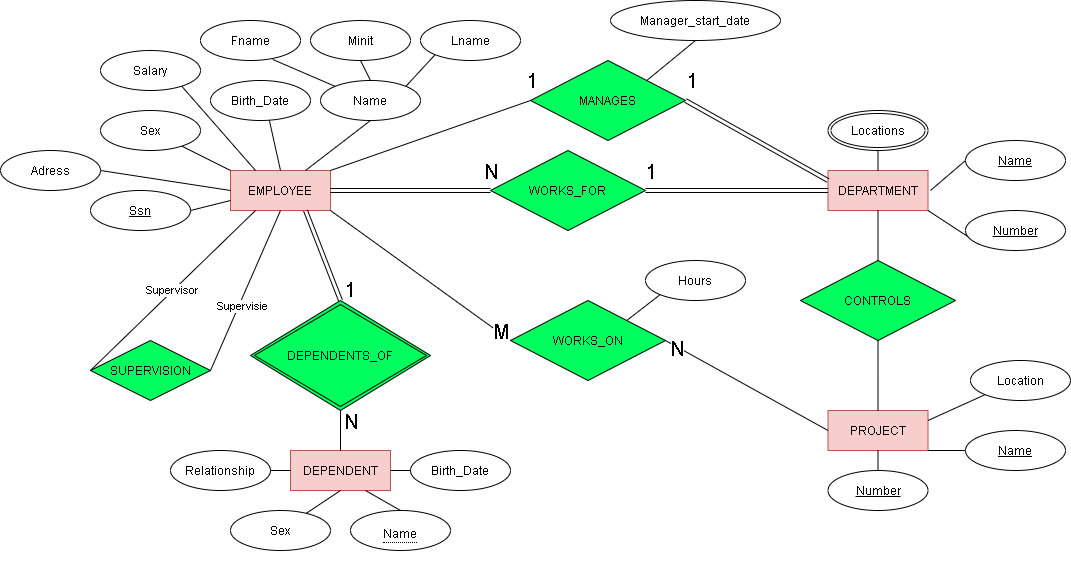
This is Company ER.png from Ugur0855/Company_ER_Diagram, a draw.io export, as it was before one commit. Source tidied: cells renumbered, new cells last; positions are measured from the earlier drawing's top-left corner, leaving out a move shared by most shapes.
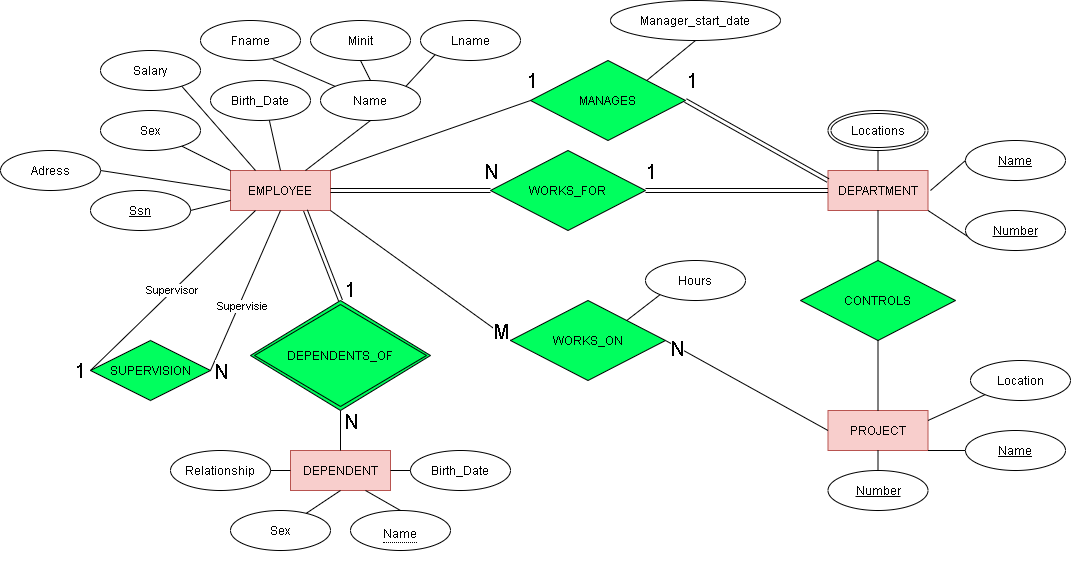
After the change.

What changed in the source:
```diff
@@ -211,12 +211,22 @@
     <mxCell id="66" value="Supervisor" style="endArrow=none;html=1;rounded=0;exitX=0.25;exitY=1;exitDx=0;exitDy=0;entryX=0;entryY=0.5;entryDx=0;entryDy=0;" parent="1" edge="1" source="2" target="65">
       <mxGeometry relative="1" as="geometry" />
     </mxCell>
+    <mxCell id="77" value="1" style="edgeLabel;html=1;align=center;verticalAlign=middle;fontSize=20;" parent="66" vertex="1">
+      <mxGeometry x="0.74" relative="1" as="geometry">
+        <mxPoint x="-31.4" y="20.8" as="offset" />
+      </mxGeometry>
+    </mxCell>
     <mxCell id="67" style="endArrow=none;html=1;rounded=0;exitX=0.5;exitY=1;exitDx=0;exitDy=0;entryX=1;entryY=0.5;entryDx=0;entryDy=0;" parent="1" edge="1" source="2" target="65">
       <mxGeometry relative="1" as="geometry" />
     </mxCell>
     <mxCell id="68" value="Supervisie" style="edgeLabel;html=1;align=center;verticalAlign=middle;" parent="67" vertex="1">
       <mxGeometry x="0.18" y="3" relative="1" as="geometry" />
     </mxCell>
+    <mxCell id="78" value="N" style="edgeLabel;html=1;align=center;verticalAlign=middle;fontSize=20;" parent="67" vertex="1">
+      <mxGeometry x="0.79" relative="1" as="geometry">
+        <mxPoint x="2.5" y="17.1" as="offset" />
+      </mxGeometry>
+    </mxCell>
     <mxCell id="69" value="DEPENDENTS_OF" style="shape=rhombus;double=1;perimeter=rhombusPerimeter;whiteSpace=wrap;html=1;align=center;rounded=0;shadow=0;sketch=0;fillColor=#00FF5E;" parent="1" vertex="1">
       <mxGeometry x="250" y="300" width="180" height="110" as="geometry" />
     </mxCell>
```
